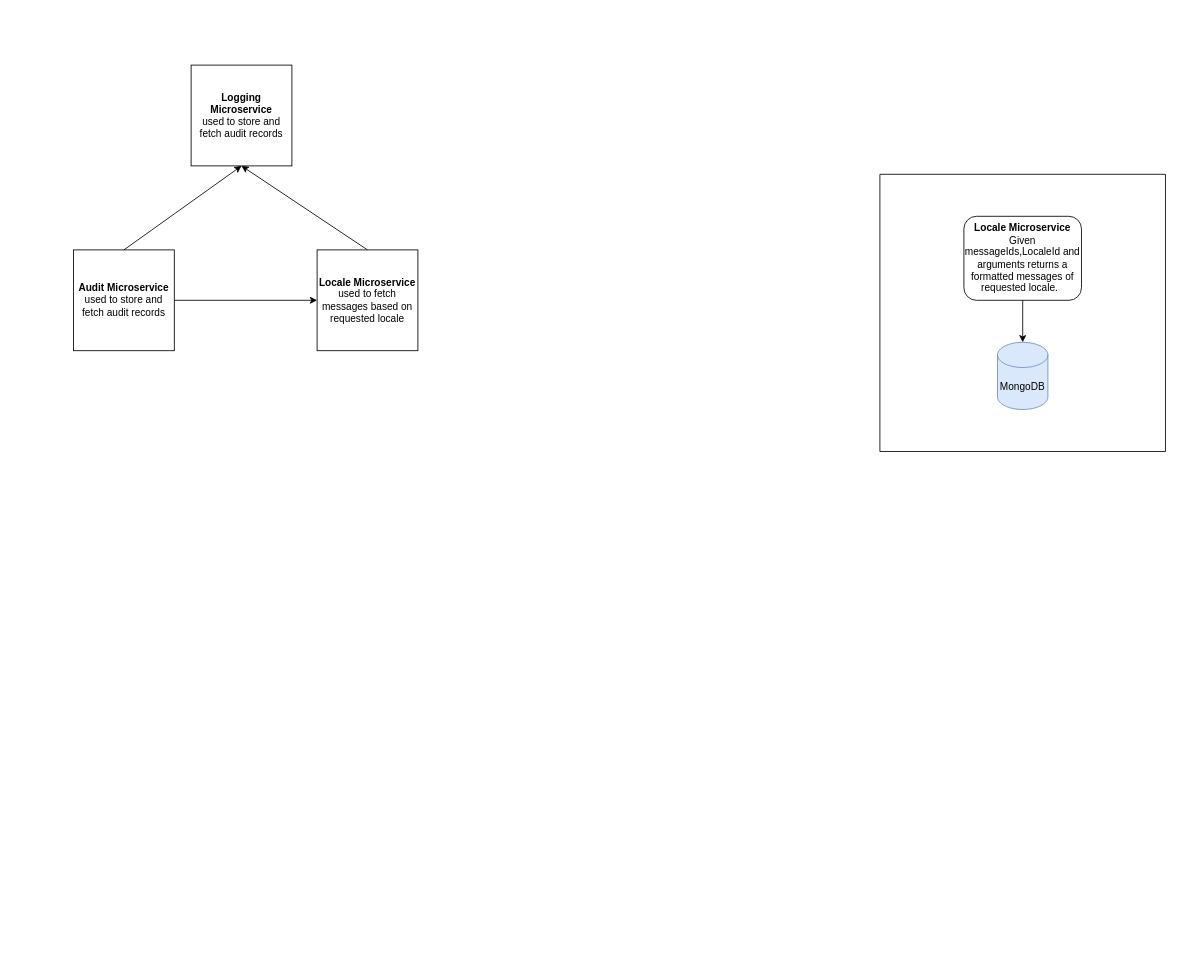
Vineel203/test keeps this draw.io diagram as Untitled Diagram.drawio. Above is the earlier version. Source tidied: cells renumbered, new cells numbered last; positions are measured from the earlier drawing's top-left corner, leaving out a move shared by most shapes. Both pictures are drawn from the tidied source at 84%, with x=0, y=0 at pixel (73, 65).
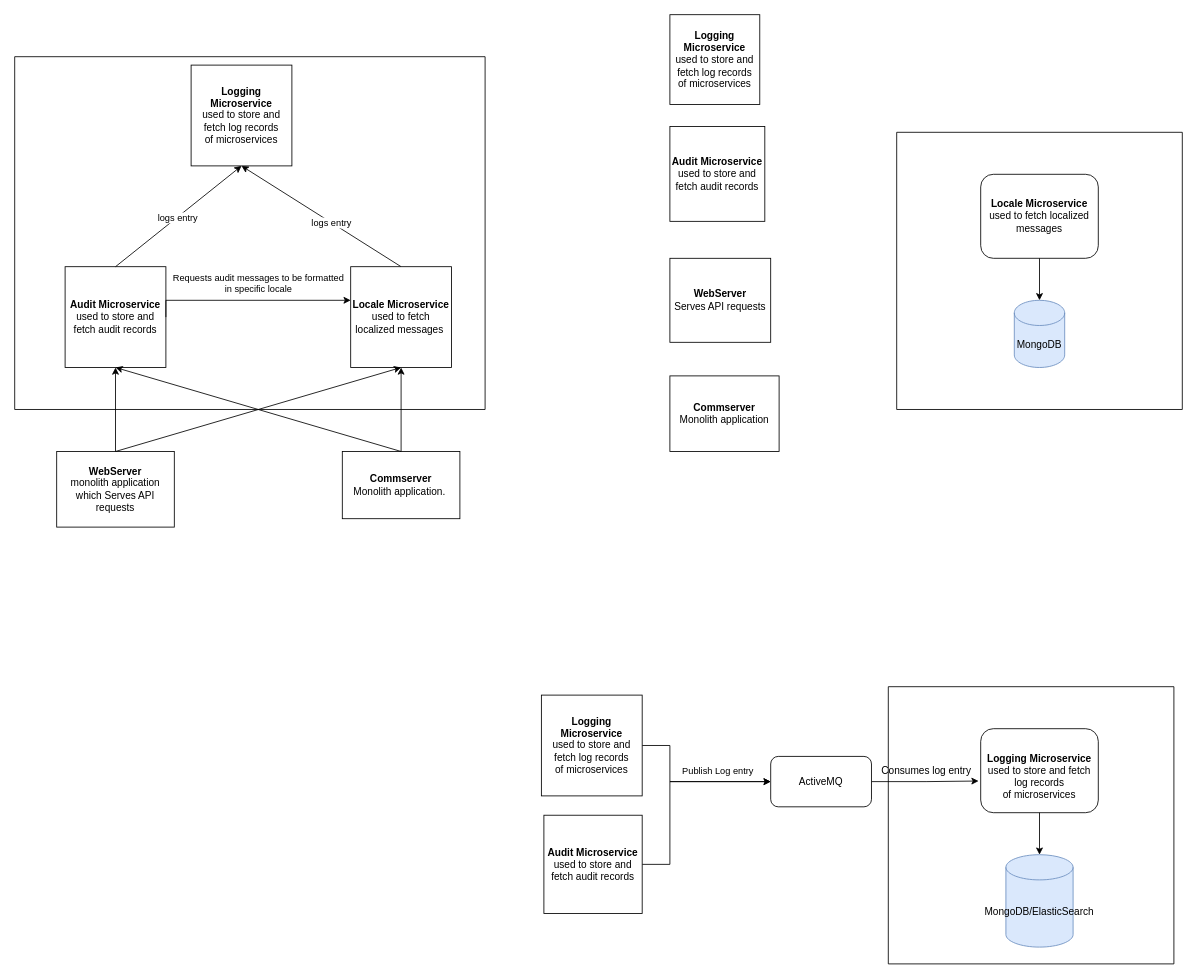
The same diagram, later.

The change refers to these unchanged cells:
```xml
<mxCell id="10" style="endArrow=classic;html=1;rounded=0;exitX=0.5;exitY=0;exitDx=0;exitDy=0;entryX=0.5;entryY=1;entryDx=0;entryDy=0;" parent="1" edge="1" source="7" target="8">
  <mxGeometry relative="1" as="geometry" />
</mxCell>
```

Diff of the diagram source:
```diff
@@
     <mxCell id="2" style="swimlane;startSize=0;" parent="1" vertex="1">
-      <mxGeometry x="960" y="130" width="340" height="330" as="geometry" />
+      <mxGeometry x="980" y="80" width="340" height="330" as="geometry" />
     </mxCell>
@@
-    <mxCell id="4" value="&lt;b&gt;Locale Microservice&lt;br&gt;&lt;/b&gt;Given messageIds,LocaleId and arguments returns a formatted messages of requested locale.&amp;nbsp;&amp;nbsp;" style="rounded=1;whiteSpace=wrap;html=1;" parent="2" vertex="1">
+    <mxCell id="4" value="&lt;b&gt;Locale Microservice&lt;br&gt;&lt;/b&gt;used to fetch localized messages" style="rounded=1;whiteSpace=wrap;html=1;" parent="2" vertex="1">
       <mxGeometry x="100" y="50" width="140" height="100" as="geometry" />
     </mxCell>
@@
+    <mxCell id="8" value="&lt;b&gt;Logging Microservice&lt;/b&gt;&lt;br&gt;used to store and fetch log records&lt;br&gt;of microservices" style="whiteSpace=wrap;html=1;" parent="1" vertex="1">
+      <mxGeometry x="140" width="120" height="120" as="geometry" />
+    </mxCell>
+    <mxCell id="11" style="endArrow=classic;html=1;rounded=0;exitX=0.5;exitY=0;exitDx=0;exitDy=0;entryX=0.5;entryY=1;entryDx=0;entryDy=0;" parent="1" edge="1" source="9" target="8">
+      <mxGeometry relative="1" as="geometry" />
+    </mxCell>
+    <mxCell id="12" value="logs entry" style="edgeLabel;html=1;align=center;verticalAlign=middle;" parent="11" vertex="1">
+      <mxGeometry x="-0.13" y="1" relative="1" as="geometry">
+        <mxPoint y="-1" as="offset" />
+      </mxGeometry>
+    </mxCell>
+    <mxCell id="13" style="swimlane;startSize=0;" parent="1" vertex="1">
+      <mxGeometry x="-70" y="-10" width="560" height="420" as="geometry" />
+    </mxCell>
+    <mxCell id="9" value="&lt;b&gt;Locale Microservice&lt;br&gt;&lt;/b&gt;used to fetch localized messages&amp;nbsp;" style="whiteSpace=wrap;html=1;" parent="13" vertex="1">
+      <mxGeometry x="400" y="250" width="120" height="120" as="geometry" />
+    </mxCell>
+    <mxCell id="7" value="&lt;b&gt;Audit Microservice&lt;/b&gt;&lt;br&gt;used to store and fetch audit records" style="whiteSpace=wrap;html=1;" parent="13" vertex="1">
+      <mxGeometry x="60" y="250" width="120" height="120" as="geometry" />
+    </mxCell>
-    <mxCell id="6" style="edgeStyle=orthogonalEdgeStyle;rounded=0;jettySize=auto;html=1;exitX=1;exitY=0.5;exitDx=0;exitDy=0;" parent="1" edge="1" source="7" target="9">
-      <mxGeometry relative="1" as="geometry" />
+    <mxCell id="6" value="Requests audit messages to be formatted&lt;br&gt;in specific locale" style="edgeStyle=orthogonalEdgeStyle;rounded=0;jettySize=auto;html=1;exitX=1;exitY=0.5;exitDx=0;exitDy=0;" parent="13" edge="1" source="7" target="9">
+      <mxGeometry x="0.08" y="20" relative="1" as="geometry">
+        <Array as="points">
+          <mxPoint x="180" y="290" />
+        </Array>
+      </mxGeometry>
     </mxCell>
-    <mxCell id="7" value="&lt;b&gt;Audit Microservice&lt;/b&gt;&lt;br&gt;used to store and fetch audit records" style="whiteSpace=wrap;html=1;" parent="1" vertex="1">
-      <mxGeometry y="220" width="120" height="120" as="geometry" />
-    </mxCell>
-    <mxCell id="8" value="&lt;b&gt;Logging Microservice&lt;/b&gt;&lt;br&gt;used to store and fetch audit records" style="whiteSpace=wrap;html=1;" parent="1" vertex="1">
-      <mxGeometry x="140" width="120" height="120" as="geometry" />
-    </mxCell>
-    <mxCell id="9" value="&lt;b&gt;Locale Microservice&lt;br&gt;&lt;/b&gt;used to fetch messages based on requested locale" style="whiteSpace=wrap;html=1;" parent="1" vertex="1">
-      <mxGeometry x="290" y="220" width="120" height="120" as="geometry" />
-    </mxCell>
+    <mxCell id="14" style="edgeStyle=orthogonalEdgeStyle;rounded=0;jettySize=auto;html=1;exitX=0.5;exitY=0;exitDx=0;exitDy=0;entryX=0.5;entryY=1;entryDx=0;entryDy=0;" parent="1" edge="1" source="15" target="7">
+      <mxGeometry relative="1" as="geometry" />
+    </mxCell>
+    <mxCell id="15" value="&lt;b&gt;WebServer&lt;/b&gt;&lt;br&gt;monolith application which Serves API requests" style="rounded=0;whiteSpace=wrap;html=1;" parent="1" vertex="1">
+      <mxGeometry x="-20" y="460" width="140" height="90" as="geometry" />
+    </mxCell>
+    <mxCell id="16" value="&lt;b&gt;Commserver&lt;/b&gt;&lt;br&gt;Monolith application.&amp;nbsp;" style="rounded=0;whiteSpace=wrap;html=1;" parent="1" vertex="1">
+      <mxGeometry x="320" y="460" width="140" height="80" as="geometry" />
+    </mxCell>
+    <mxCell id="17" style="endArrow=classic;html=1;rounded=0;exitX=0.5;exitY=0;exitDx=0;exitDy=0;entryX=0.5;entryY=1;entryDx=0;entryDy=0;" parent="1" edge="1" source="15" target="9">
+      <mxGeometry relative="1" as="geometry" />
+    </mxCell>
+    <mxCell id="18" style="endArrow=classic;html=1;rounded=0;exitX=0.5;exitY=0;exitDx=0;exitDy=0;entryX=0.5;entryY=1;entryDx=0;entryDy=0;" parent="1" edge="1" source="16" target="7">
+      <mxGeometry relative="1" as="geometry" />
+    </mxCell>
+    <mxCell id="19" style="endArrow=classic;html=1;rounded=0;exitX=0.5;exitY=0;exitDx=0;exitDy=0;entryX=0.5;entryY=1;entryDx=0;entryDy=0;" parent="1" edge="1" source="16" target="9">
+      <mxGeometry relative="1" as="geometry" />
+    </mxCell>
+    <mxCell id="20" value="&lt;b&gt;Audit Microservice&lt;/b&gt;&lt;br&gt;used to store and fetch audit records" style="whiteSpace=wrap;html=1;" parent="1" vertex="1">
+      <mxGeometry x="710" y="73" width="113" height="113" as="geometry" />
+    </mxCell>
+    <mxCell id="21" value="&lt;b&gt;WebServer&lt;/b&gt;&lt;br&gt;Serves API requests" style="rounded=0;whiteSpace=wrap;html=1;" parent="1" vertex="1">
+      <mxGeometry x="710" y="230" width="120" height="100" as="geometry" />
+    </mxCell>
+    <mxCell id="22" value="&lt;b&gt;Commserver&lt;/b&gt;&lt;br&gt;Monolith application" style="rounded=0;whiteSpace=wrap;html=1;" parent="1" vertex="1">
+      <mxGeometry x="710" y="370" width="130" height="90" as="geometry" />
+    </mxCell>
+    <mxCell id="23" value="&lt;b&gt;Logging Microservice&lt;/b&gt;&lt;br&gt;used to store and fetch log records&lt;br&gt;of microservices" style="whiteSpace=wrap;html=1;" parent="1" vertex="1">
+      <mxGeometry x="710" y="-60" width="107" height="107" as="geometry" />
+    </mxCell>
@@
-    <mxCell id="11" style="endArrow=classic;html=1;rounded=0;exitX=0.5;exitY=0;exitDx=0;exitDy=0;entryX=0.5;entryY=1;entryDx=0;entryDy=0;" parent="1" edge="1" source="9" target="8">
-      <mxGeometry relative="1" as="geometry" />
-    </mxCell>
+    <mxCell id="24" value="logs entry" style="edgeLabel;html=1;align=center;verticalAlign=middle;" parent="10" vertex="1">
+      <mxGeometry x="-0.02" relative="1" as="geometry" />
+    </mxCell>
+    <mxCell id="25" style="swimlane;startSize=0;" parent="1" vertex="1">
+      <mxGeometry x="970" y="740" width="340" height="330" as="geometry" />
+    </mxCell>
+    <mxCell id="26" value="MongoDB/ElasticSearch" style="shape=cylinder3;whiteSpace=wrap;html=1;boundedLbl=1;backgroundOutline=1;size=15;fillColor=#dae8fc;strokeColor=#6c8ebf;" parent="25" vertex="1">
+      <mxGeometry x="140" y="200" width="80" height="110" as="geometry" />
+    </mxCell>
+    <mxCell id="27" value="&lt;b&gt;&lt;br&gt;&lt;/b&gt;&lt;b&gt;Logging Microservice&lt;/b&gt;&lt;br&gt;used to store and fetch log records&lt;br&gt;of microservices" style="rounded=1;whiteSpace=wrap;html=1;" parent="25" vertex="1">
+      <mxGeometry x="110" y="50" width="140" height="100" as="geometry" />
+    </mxCell>
+    <mxCell id="28" style="endArrow=classic;html=1;rounded=0;exitX=0.5;exitY=1;exitDx=0;exitDy=0;entryX=0.5;entryY=0;entryDx=0;entryDy=0;entryPerimeter=0;" parent="25" edge="1" source="27" target="26">
+      <mxGeometry relative="1" as="geometry" />
+    </mxCell>
+    <mxCell id="29" value="Consumes log entry" style="text;html=1;align=center;verticalAlign=middle;strokeColor=none;fillColor=none;" parent="25" vertex="1">
+      <mxGeometry x="-20" y="85" width="130" height="30" as="geometry" />
+    </mxCell>
+    <mxCell id="30" style="edgeStyle=orthogonalEdgeStyle;rounded=0;jettySize=auto;html=1;exitX=1;exitY=0.5;exitDx=0;exitDy=0;entryX=0;entryY=0.5;entryDx=0;entryDy=0;" parent="1" edge="1" source="31" target="36">
+      <mxGeometry relative="1" as="geometry">
+        <Array as="points">
+          <mxPoint x="710" y="951" />
+          <mxPoint x="710" y="853" />
+        </Array>
+      </mxGeometry>
+    </mxCell>
+    <mxCell id="31" value="&lt;b&gt;Audit Microservice&lt;/b&gt;&lt;br&gt;used to store and fetch audit records" style="whiteSpace=wrap;html=1;" parent="1" vertex="1">
+      <mxGeometry x="560" y="893" width="117" height="117" as="geometry" />
+    </mxCell>
+    <mxCell id="32" style="edgeStyle=orthogonalEdgeStyle;rounded=0;jettySize=auto;html=1;exitX=1;exitY=0.5;exitDx=0;exitDy=0;entryX=0;entryY=0.5;entryDx=0;entryDy=0;" parent="1" edge="1" source="34" target="36">
+      <mxGeometry relative="1" as="geometry">
+        <Array as="points">
+          <mxPoint x="710" y="810" />
+          <mxPoint x="710" y="853" />
+        </Array>
+      </mxGeometry>
+    </mxCell>
+    <mxCell id="33" value="Publish Log entry" style="edgeLabel;html=1;align=center;verticalAlign=middle;" parent="32" vertex="1">
+      <mxGeometry x="0.59" y="2" relative="1" as="geometry">
+        <mxPoint x="-24" y="-11" as="offset" />
+      </mxGeometry>
+    </mxCell>
+    <mxCell id="34" value="&lt;b&gt;Logging Microservice&lt;/b&gt;&lt;br&gt;used to store and fetch log records&lt;br&gt;of microservices" style="whiteSpace=wrap;html=1;" parent="1" vertex="1">
+      <mxGeometry x="557" y="750" width="120" height="120" as="geometry" />
+    </mxCell>
+    <mxCell id="35" style="edgeStyle=orthogonalEdgeStyle;rounded=0;jettySize=auto;html=1;exitX=1;exitY=0.5;exitDx=0;exitDy=0;entryX=-0.018;entryY=0.623;entryDx=0;entryDy=0;entryPerimeter=0;" parent="1" edge="1" source="36" target="27">
+      <mxGeometry relative="1" as="geometry" />
+    </mxCell>
+    <mxCell id="36" value="ActiveMQ" style="rounded=1;whiteSpace=wrap;html=1;" parent="1" vertex="1">
+      <mxGeometry x="830" y="823" width="120" height="60" as="geometry" />
+    </mxCell>
```
